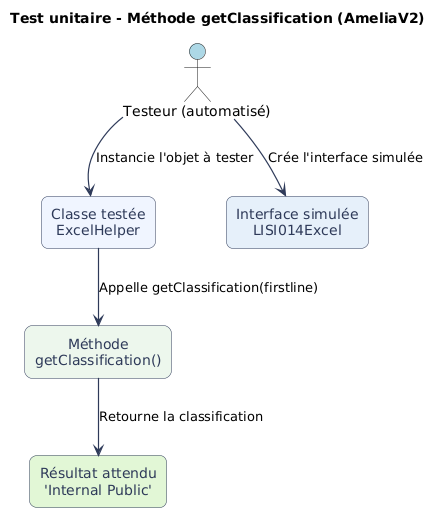
Before: travail/schéma-tests_ameliaV2.png, a diagram exported from PlantUML (kylian-strub/portfolio).
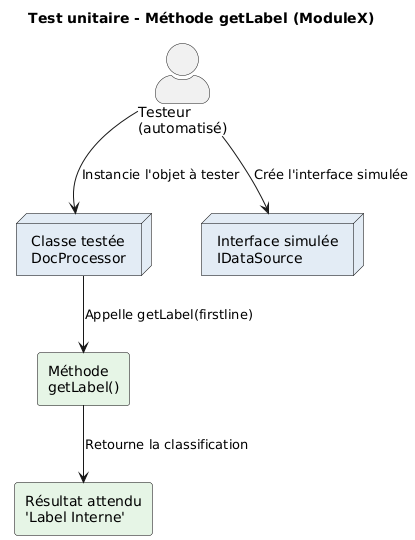
Later version of the same file.

The edit, as a diff of the source:
```diff
@@ -1,27 +1,28 @@
 @startuml
-title Test unitaire - Méthode getClassification (AmeliaV2)
+title Test unitaire - Méthode getLabel (ModuleX)
 
-skinparam style strictuml
-skinparam defaultTextAlignment center
+skinparam backgroundColor #FFFFFF
+skinparam node {
+  BackgroundColor #E3ECF5
+  BorderColor Black
+}
 skinparam rectangle {
-  FontColor #2E3A59
-  BorderColor #2E3A59
-  RoundCorner 15
+  BackgroundColor #E6F5E6
+  BorderColor Black
 }
-skinparam arrow {
-  Color #2E3A59
-  Thickness 1.2
-}
+skinparam actorStyle awesome
 
-actor "Testeur (automatisé)" as Tester #ADD8E6
+actor "Testeur\n(automatisé)" as Tester
 
-rectangle "Classe testée\nExcelHelper" as ExcelHelper #F0F5FF
-rectangle "Interface simulée\nLISI014Excel" as ExcelMock #E6F0FA
-rectangle "Méthode\ngetClassification()" as Method #EDF7ED
-rectangle "Résultat attendu\n'Internal Public'" as Result #E2F7D6
+node "Classe testée\nDocProcessor" as TestedClass
+node "Interface simulée\nIDataSource" as MockInterface
 
-Tester --> ExcelHelper : Instancie l'objet à tester
-Tester --> ExcelMock : Crée l'interface simulée
-ExcelHelper --> Method : Appelle getClassification(firstline)
-Method --> Result : Retourne la classification
+Tester --> TestedClass : Instancie l'objet à tester
+Tester --> MockInterface : Crée l'interface simulée
+
+rectangle "Méthode\ngetLabel()" as Method
+rectangle "Résultat attendu\n'Label Interne'" as ExpectedResult
+
+TestedClass --> Method : Appelle getLabel(firstline)
+Method --> ExpectedResult : Retourne la classification
 @enduml
```
